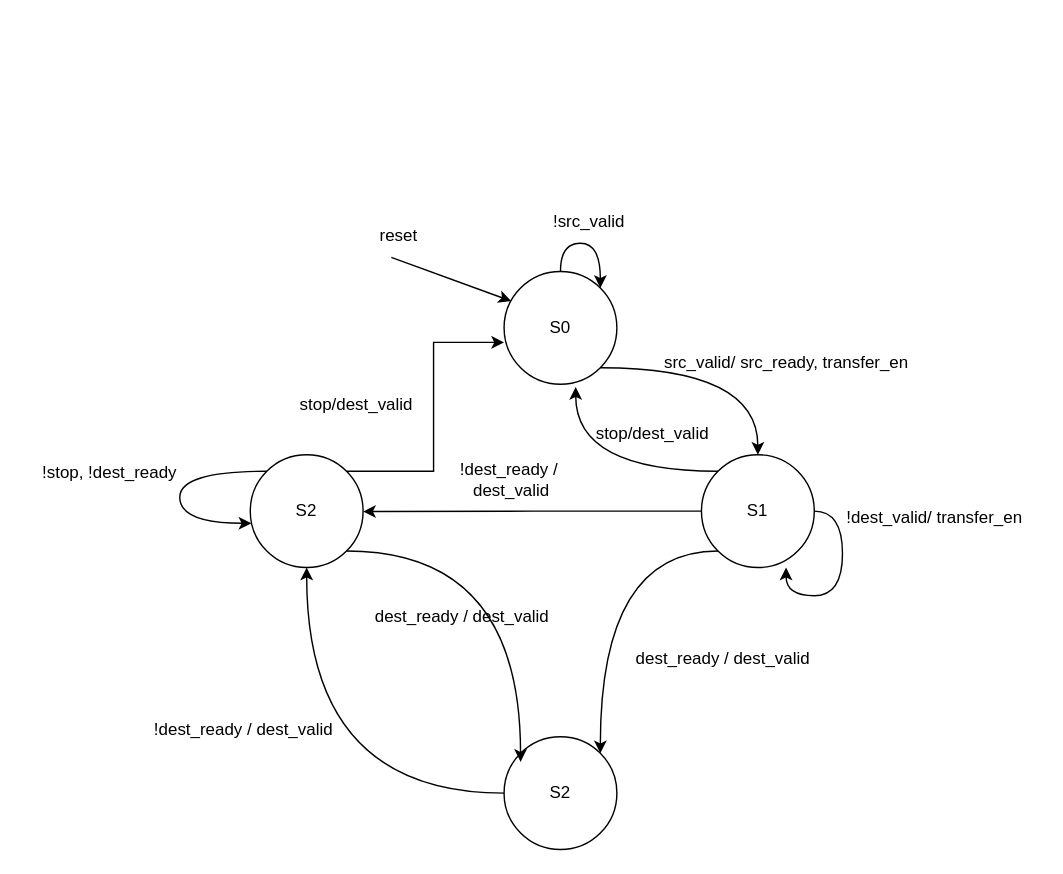
Above: page "Page-2" (2 of 2) of Nasir/Network-On-Chip_design.drawio in mnasirEE/DD-Xce-sv-task (draw.io), before the change. Source tidied: cells renumbered, new cells numbered last; positions are measured from the earlier drawing's top-left corner, leaving out a move shared by most shapes. Both pictures are drawn from the tidied source at 141%, with x=0, y=0 at pixel (24, 200).
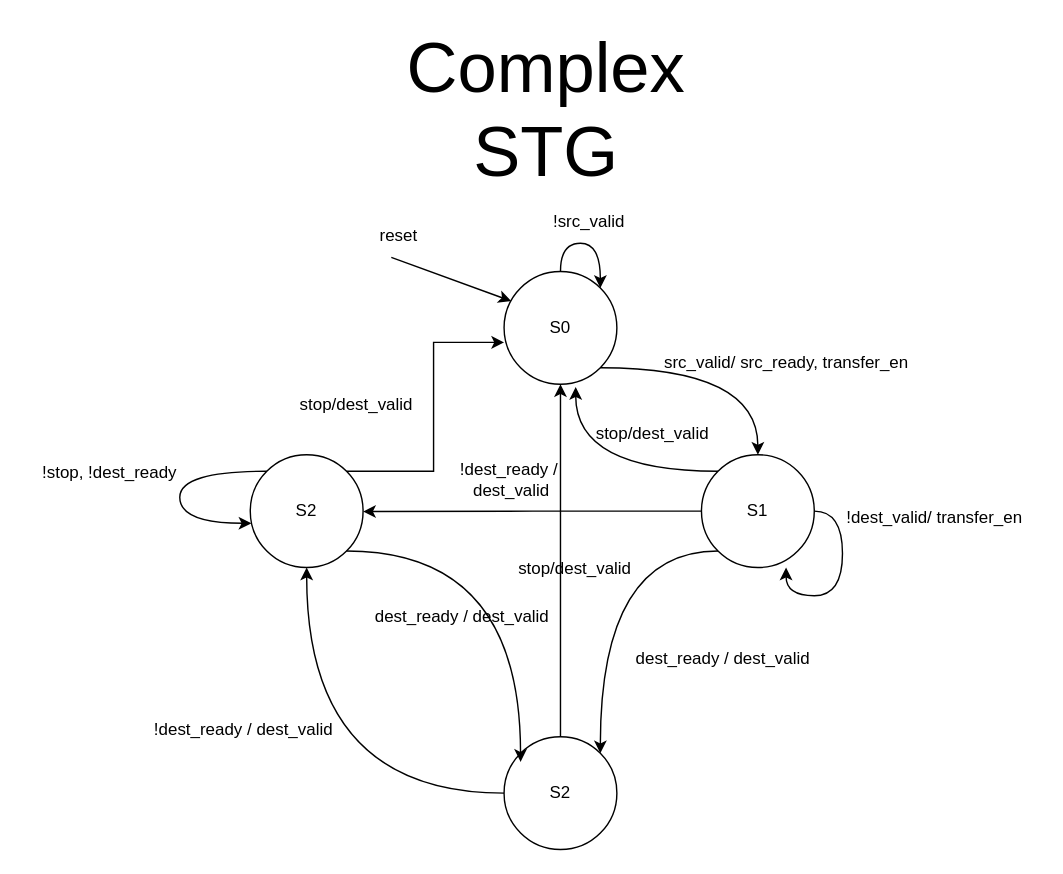
Above is the later version.

The change refers to these unchanged cells:
```xml
<mxCell id="3" value="S0" style="ellipse;whiteSpace=wrap;html=1;" parent="1" vertex="1">
  <mxGeometry x="340" y="50" width="80" height="80" as="geometry" />
</mxCell>
<mxCell id="15" value="S2" style="ellipse;whiteSpace=wrap;html=1;" parent="1" vertex="1">
  <mxGeometry x="340" y="380" width="80" height="80" as="geometry" />
</mxCell>
```

What changed in the source:
```diff
@@
+    <mxCell id="28" style="edgeStyle=orthogonalEdgeStyle;rounded=0;jettySize=auto;html=1;exitX=0.5;exitY=0;exitDx=0;exitDy=0;entryX=0.5;entryY=1;entryDx=0;entryDy=0;" parent="1" edge="1" source="15" target="3">
+      <mxGeometry relative="1" as="geometry" />
+    </mxCell>
@@
+    <mxCell id="29" value="stop/dest_valid" style="text;html=1;align=center;verticalAlign=middle;strokeColor=none;fillColor=none;" parent="1" vertex="1">
+      <mxGeometry x="340" y="246" width="100" height="30" as="geometry" />
+    </mxCell>
+    <mxCell id="30" value="&lt;font style=&quot;font-size: 50px;&quot;&gt;Complex STG&lt;br&gt;&lt;/font&gt;" style="text;html=1;align=center;verticalAlign=middle;whiteSpace=wrap;rounded=0;" parent="1" vertex="1">
+      <mxGeometry x="340" y="-80" width="60" height="30" as="geometry" />
+    </mxCell>
```
